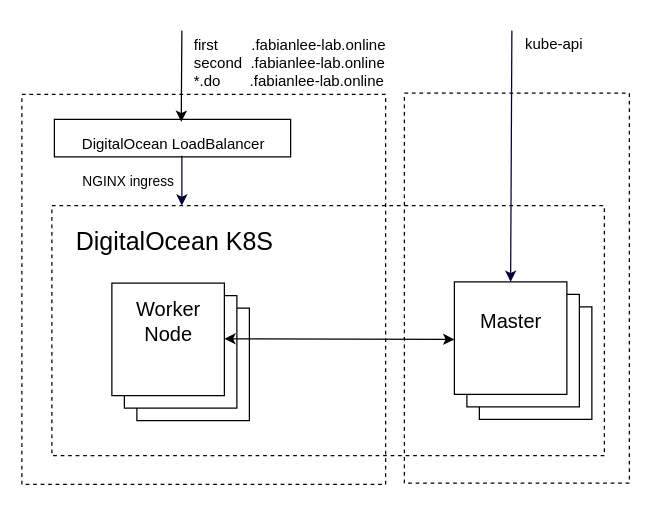
fabianlee/docean-k8s-ingress keeps this draw.io diagram as diagrams/docean-overview.drawio. Above is the earlier version. Source tidied: cells renumbered, new cells numbered last; positions are measured from the earlier drawing's top-left corner, leaving out a move shared by most shapes. Both pictures are drawn from the tidied source at 125%, with x=0, y=0 at pixel (21, 30).
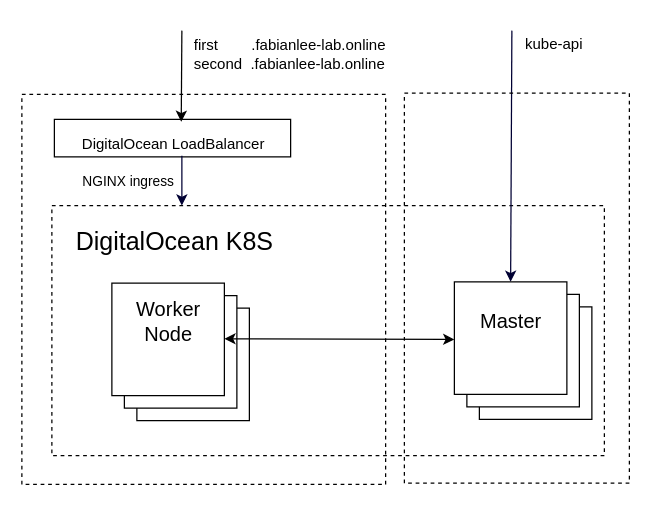
The same page after the edit.

The edit, as a diff of the source:
```diff
@@
-    <mxCell id="12" value="&lt;div&gt;first&amp;nbsp;&amp;nbsp;&amp;nbsp;&amp;nbsp;&amp;nbsp;&amp;nbsp;&amp;nbsp; .fabianlee-lab.online&lt;/div&gt;&lt;div&gt;second&amp;nbsp; .fabianlee-lab.online&lt;/div&gt;&lt;div&gt;*.do&amp;nbsp; &amp;nbsp;&amp;nbsp;&amp;nbsp;&amp;nbsp; .fabianlee-lab.online&lt;br&gt;&lt;/div&gt;" style="text;html=1;align=left;verticalAlign=middle;strokeColor=none;" parent="1" vertex="1">
-      <mxGeometry x="136" y="1" width="170" height="50" as="geometry" />
+    <mxCell id="12" value="&lt;div&gt;first&amp;nbsp;&amp;nbsp;&amp;nbsp;&amp;nbsp;&amp;nbsp;&amp;nbsp;&amp;nbsp; .fabianlee-lab.online&lt;/div&gt;&lt;div&gt;second&amp;nbsp; .fabianlee-lab.online&lt;/div&gt;" style="text;html=1;align=left;verticalAlign=middle;strokeColor=none;" parent="1" vertex="1">
+      <mxGeometry x="136" y="4" width="170" height="30" as="geometry" />
     </mxCell>
```
